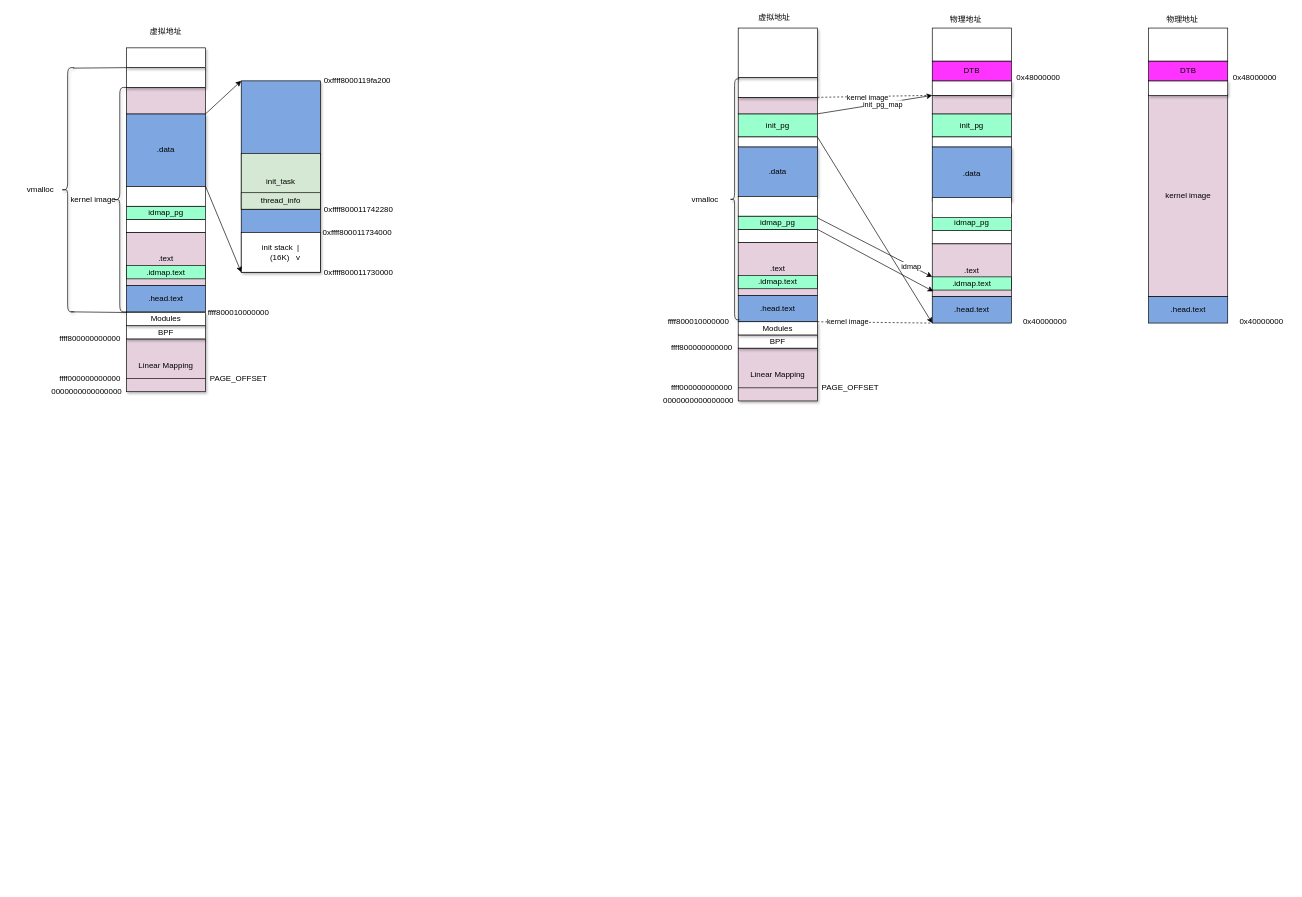
Above: kernel_start.drawio in jasonactions/graph (draw.io), before the change. Source tidied: cells renumbered, new cells numbered last; positions are measured from the earlier drawing's top-left corner, leaving out a move shared by most shapes. Both pictures are drawn from the tidied source at 66%, with x=0, y=0 at pixel (14, 11).
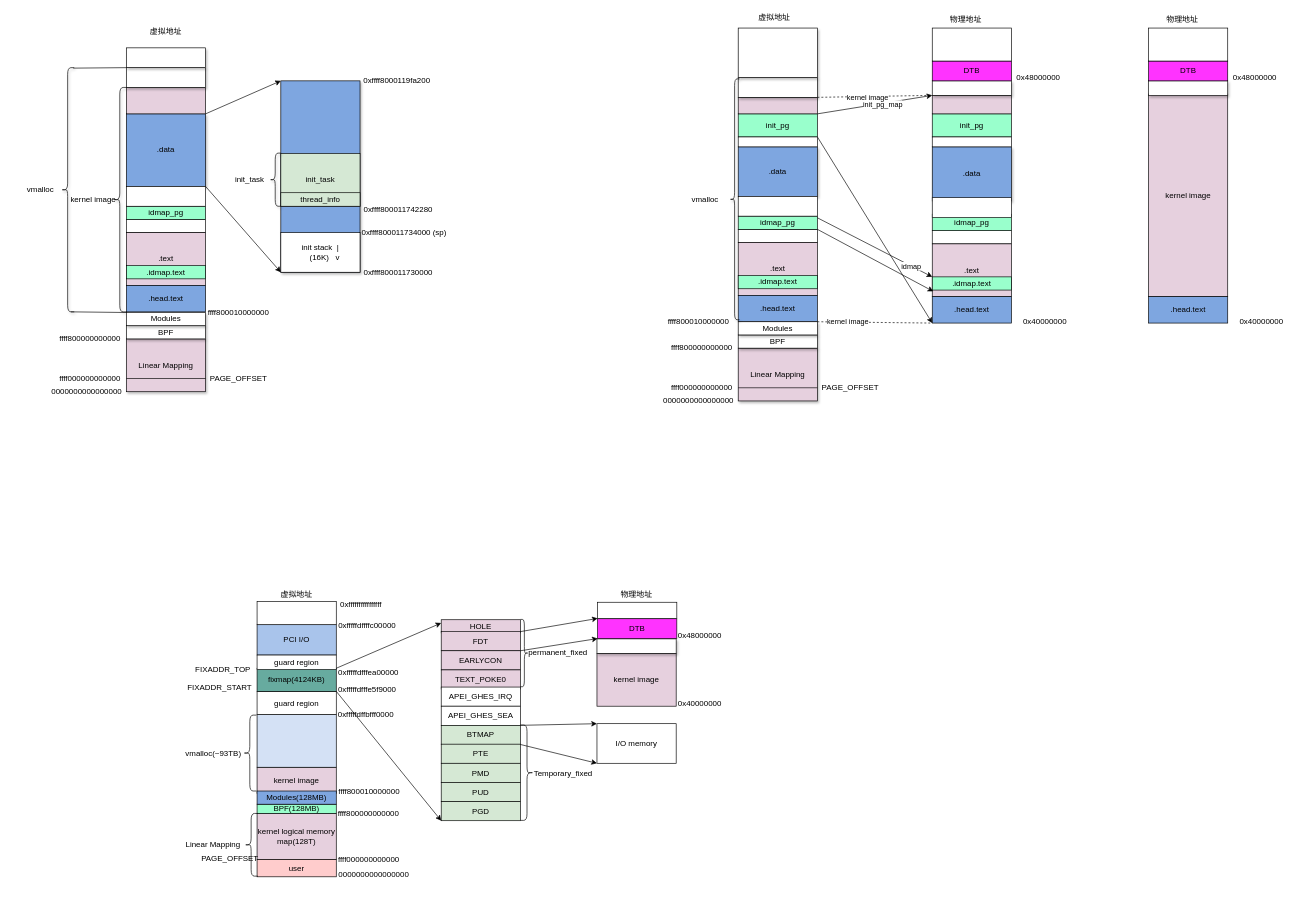
The same page after the edit.

The edit, as a diff of the source:
```diff
@@
     <mxCell id="69" style="rounded=0;whiteSpace=wrap;html=1;fillColor=#7EA6E0;shadow=1;" parent="1" vertex="1">
-      <mxGeometry x="344" y="105" width="120" height="290" as="geometry" />
+      <mxGeometry x="404" y="105" width="120" height="290" as="geometry" />
     </mxCell>
     <mxCell id="70" value="0xffff800011730000" style="text;html=1;strokeColor=none;fillColor=none;align=center;verticalAlign=middle;whiteSpace=wrap;rounded=0;" parent="1" vertex="1">
-      <mxGeometry x="467" y="385" width="110" height="20" as="geometry" />
+      <mxGeometry x="527" y="385" width="110" height="20" as="geometry" />
     </mxCell>
     <mxCell id="71" value="0xffff8000119fa200" style="text;html=1;strokeColor=none;fillColor=none;align=center;verticalAlign=middle;whiteSpace=wrap;rounded=0;" parent="1" vertex="1">
-      <mxGeometry x="467" y="95" width="106" height="20" as="geometry" />
+      <mxGeometry x="527" y="95" width="106" height="20" as="geometry" />
     </mxCell>
     <mxCell id="72" value="init_task" style="rounded=0;whiteSpace=wrap;html=1;fillColor=#D5E8D4;" parent="1" vertex="1">
-      <mxGeometry x="344" y="215" width="120" height="85" as="geometry" />
+      <mxGeometry x="404" y="215" width="120" height="80" as="geometry" />
     </mxCell>
     <mxCell id="73" value="0xffff800011742280" style="text;html=1;strokeColor=none;fillColor=none;align=center;verticalAlign=middle;whiteSpace=wrap;rounded=0;" parent="1" vertex="1">
-      <mxGeometry x="467" y="290" width="110" height="20" as="geometry" />
+      <mxGeometry x="527" y="290" width="110" height="20" as="geometry" />
     </mxCell>
     <mxCell id="74" value="init stack&amp;nbsp; |&lt;br&gt;&amp;nbsp; &amp;nbsp; (16K)&amp;nbsp; &amp;nbsp;v" style="rounded=0;whiteSpace=wrap;html=1;" parent="1" vertex="1">
-      <mxGeometry x="344" y="335" width="120" height="60" as="geometry" />
+      <mxGeometry x="404" y="335" width="120" height="60" as="geometry" />
     </mxCell>
-    <mxCell id="75" value="0xffff800011734000" style="text;html=1;strokeColor=none;fillColor=none;align=center;verticalAlign=middle;whiteSpace=wrap;rounded=0;" parent="1" vertex="1">
-      <mxGeometry x="465" y="325" width="110" height="20" as="geometry" />
+    <mxCell id="75" value="0xffff800011734000 (sp)" style="text;html=1;strokeColor=none;fillColor=none;align=center;verticalAlign=middle;whiteSpace=wrap;rounded=0;" parent="1" vertex="1">
+      <mxGeometry x="525" y="325" width="132" height="20" as="geometry" />
     </mxCell>
@@
     <mxCell id="97" value="thread_info" style="rounded=0;whiteSpace=wrap;html=1;fillColor=#D5E8D4;" parent="1" vertex="1">
-      <mxGeometry x="344" y="274.5" width="120" height="25" as="geometry" />
+      <mxGeometry x="404" y="274.5" width="120" height="20.5" as="geometry" />
     </mxCell>
+    <mxCell id="98" style="shape=curlyBracket;whiteSpace=wrap;html=1;rounded=1;shadow=1;strokeColor=#000000;fillColor=#D5E8D4;" parent="1" vertex="1">
+      <mxGeometry x="387" y="214.5" width="17" height="80.5" as="geometry" />
+    </mxCell>
+    <mxCell id="99" value="init_task" style="text;html=1;strokeColor=none;fillColor=none;align=center;verticalAlign=middle;whiteSpace=wrap;rounded=0;shadow=1;" parent="1" vertex="1">
+      <mxGeometry x="337" y="244.8" width="40" height="20" as="geometry" />
+    </mxCell>
+    <mxCell id="100" value="虚拟地址" style="text;html=1;strokeColor=none;fillColor=none;align=center;verticalAlign=middle;whiteSpace=wrap;rounded=0;" parent="1" vertex="1">
+      <mxGeometry x="393" y="874" width="70" height="20" as="geometry" />
+    </mxCell>
+    <mxCell id="101" value="kernel image" style="rounded=0;whiteSpace=wrap;html=1;fillColor=#E6D0DE;" parent="1" vertex="1">
+      <mxGeometry x="368" y="1145" width="120" height="40" as="geometry" />
+    </mxCell>
+    <mxCell id="102" style="rounded=0;whiteSpace=wrap;html=1;shadow=0;fillColor=#D4E1F5;" parent="1" vertex="1">
+      <mxGeometry x="368" y="1065" width="120" height="80" as="geometry" />
+    </mxCell>
+    <mxCell id="103" value="kernel logical memory map(128T)" style="rounded=0;whiteSpace=wrap;html=1;shadow=0;fillColor=#E6D0DE;" parent="1" vertex="1">
+      <mxGeometry x="368" y="1215" width="120" height="70" as="geometry" />
+    </mxCell>
+    <mxCell id="104" value="ffff800010000000" style="text;html=1;strokeColor=none;fillColor=none;align=center;verticalAlign=middle;whiteSpace=wrap;rounded=0;shadow=1;" parent="1" vertex="1">
+      <mxGeometry x="488" y="1172" width="100" height="20" as="geometry" />
+    </mxCell>
+    <mxCell id="105" style="shape=curlyBracket;whiteSpace=wrap;html=1;rounded=1;shadow=1;fillColor=#FFFFFF;size=0;" parent="1" vertex="1">
+      <mxGeometry x="48" y="840" height="120" as="geometry" />
+    </mxCell>
+    <mxCell id="106" value="0000000000000000" style="text;html=1;strokeColor=none;fillColor=none;align=center;verticalAlign=middle;whiteSpace=wrap;rounded=0;shadow=1;" parent="1" vertex="1">
+      <mxGeometry x="495" y="1298" width="100" height="20" as="geometry" />
+    </mxCell>
+    <mxCell id="107" value="ffff800000000000" style="text;html=1;strokeColor=none;fillColor=none;align=center;verticalAlign=middle;whiteSpace=wrap;rounded=0;shadow=1;" parent="1" vertex="1">
+      <mxGeometry x="487" y="1205" width="100" height="20" as="geometry" />
+    </mxCell>
+    <mxCell id="108" value="ffff000000000000" style="text;html=1;strokeColor=none;fillColor=none;align=center;verticalAlign=middle;whiteSpace=wrap;rounded=0;shadow=1;" parent="1" vertex="1">
+      <mxGeometry x="488" y="1275" width="99" height="20" as="geometry" />
+    </mxCell>
+    <mxCell id="109" value="BPF(128MB)" style="rounded=0;whiteSpace=wrap;html=1;shadow=0;fillColor=#99FFCC;" parent="1" vertex="1">
+      <mxGeometry x="368" y="1201" width="120" height="14" as="geometry" />
+    </mxCell>
+    <mxCell id="110" value="Modules(128MB)" style="rounded=0;whiteSpace=wrap;html=1;shadow=0;fillColor=#7EA6E0;" parent="1" vertex="1">
+      <mxGeometry x="368" y="1181" width="120" height="20" as="geometry" />
+    </mxCell>
+    <mxCell id="111" style="shape=curlyBracket;whiteSpace=wrap;html=1;rounded=1;shadow=0;fillColor=#FFFFFF;" parent="1" vertex="1">
+      <mxGeometry x="347" y="1066" width="20" height="115" as="geometry" />
+    </mxCell>
+    <mxCell id="112" value="guard region" style="rounded=0;whiteSpace=wrap;html=1;shadow=0;fillColor=#FFFFFF;" parent="1" vertex="1">
+      <mxGeometry x="368" y="1030" width="120" height="35" as="geometry" />
+    </mxCell>
+    <mxCell id="113" value="PAGE_OFFSET" style="text;html=1;strokeColor=none;fillColor=none;align=center;verticalAlign=middle;whiteSpace=wrap;rounded=0;shadow=1;" parent="1" vertex="1">
+      <mxGeometry x="277" y="1273" width="100" height="20" as="geometry" />
+    </mxCell>
+    <mxCell id="114" value="vmalloc(~93TB)" style="text;html=1;strokeColor=none;fillColor=none;align=center;verticalAlign=middle;whiteSpace=wrap;rounded=0;shadow=1;" parent="1" vertex="1">
+      <mxGeometry x="261.5" y="1113.5" width="80" height="20" as="geometry" />
+    </mxCell>
+    <mxCell id="115" value="0xfffffdffbfff0000" style="text;html=1;strokeColor=none;fillColor=none;align=center;verticalAlign=middle;whiteSpace=wrap;rounded=0;shadow=1;" parent="1" vertex="1">
+      <mxGeometry x="491" y="1055" width="84" height="20" as="geometry" />
+    </mxCell>
+    <mxCell id="116" value="fixmap(4124KB)" style="rounded=0;whiteSpace=wrap;html=1;shadow=0;strokeColor=#000000;fillColor=#67AB9F;" parent="1" vertex="1">
+      <mxGeometry x="368" y="995" width="120" height="35" as="geometry" />
+    </mxCell>
+    <mxCell id="117" value="&lt;div style=&quot;text-align: left ; line-height: 1.75&quot;&gt;&lt;font style=&quot;font-size: 12px&quot;&gt;0xfffffdfffe5f9000&lt;/font&gt;&lt;/div&gt;" style="text;html=1;strokeColor=none;fillColor=none;align=center;verticalAlign=middle;whiteSpace=wrap;rounded=0;shadow=0;" parent="1" vertex="1">
+      <mxGeometry x="484" y="1017" width="102" height="20" as="geometry" />
+    </mxCell>
+    <mxCell id="118" value="&lt;div style=&quot;text-align: left ; line-height: 1.75&quot;&gt;&lt;font style=&quot;font-size: 12px&quot;&gt;0xfffffdfffea00000&lt;/font&gt;&lt;/div&gt;" style="text;html=1;strokeColor=none;fillColor=none;align=center;verticalAlign=middle;whiteSpace=wrap;rounded=0;shadow=0;" parent="1" vertex="1">
+      <mxGeometry x="481" y="991" width="112" height="20" as="geometry" />
+    </mxCell>
+    <mxCell id="119" value="PCI I/O" style="rounded=0;whiteSpace=wrap;html=1;shadow=0;strokeColor=#000000;fillColor=#A9C4EB;" parent="1" vertex="1">
+      <mxGeometry x="368" y="929" width="120" height="46" as="geometry" />
+    </mxCell>
+    <mxCell id="120" value="&lt;div style=&quot;text-align: left ; line-height: 1.75&quot;&gt;&lt;font style=&quot;font-size: 12px&quot;&gt;FIXADDR_START&lt;/font&gt;&lt;/div&gt;" style="text;html=1;strokeColor=none;fillColor=none;align=center;verticalAlign=middle;whiteSpace=wrap;rounded=0;shadow=0;" parent="1" vertex="1">
+      <mxGeometry x="255" y="1015" width="113" height="20" as="geometry" />
+    </mxCell>
+    <mxCell id="121" value="&lt;div style=&quot;text-align: left ; line-height: 1.75&quot;&gt;&lt;font style=&quot;font-size: 12px&quot;&gt;FIXADDR_TOP&lt;/font&gt;&lt;/div&gt;" style="text;html=1;strokeColor=none;fillColor=none;align=center;verticalAlign=middle;whiteSpace=wrap;rounded=0;shadow=0;" parent="1" vertex="1">
+      <mxGeometry x="265" y="987" width="103" height="20" as="geometry" />
+    </mxCell>
+    <mxCell id="122" value="0xfffffdffffc00000" style="text;html=1;strokeColor=none;fillColor=none;align=center;verticalAlign=middle;whiteSpace=wrap;rounded=0;shadow=0;" parent="1" vertex="1">
+      <mxGeometry x="493" y="920" width="84" height="20" as="geometry" />
+    </mxCell>
+    <mxCell id="123" value="user" style="rounded=0;whiteSpace=wrap;html=1;shadow=0;strokeColor=#000000;fillColor=#FFCCCC;" parent="1" vertex="1">
+      <mxGeometry x="368" y="1285" width="120" height="26" as="geometry" />
+    </mxCell>
+    <mxCell id="124" style="shape=curlyBracket;whiteSpace=wrap;html=1;rounded=1;shadow=0;fillColor=#FFFFFF;" parent="1" vertex="1">
+      <mxGeometry x="349" y="1215" width="20" height="95" as="geometry" />
+    </mxCell>
+    <mxCell id="125" value="Linear Mapping" style="text;html=1;strokeColor=none;fillColor=none;align=center;verticalAlign=middle;whiteSpace=wrap;rounded=0;shadow=0;" parent="1" vertex="1">
+      <mxGeometry x="255" y="1253" width="93" height="20" as="geometry" />
+    </mxCell>
+    <mxCell id="126" value="guard region" style="rounded=0;whiteSpace=wrap;html=1;shadow=0;strokeColor=#000000;fillColor=#FFFFFF;" parent="1" vertex="1">
+      <mxGeometry x="368" y="975" width="120" height="22" as="geometry" />
+    </mxCell>
+    <mxCell id="127" style="rounded=0;whiteSpace=wrap;html=1;shadow=0;strokeColor=#000000;fillColor=#FFFFFF;" parent="1" vertex="1">
+      <mxGeometry x="368" y="894" width="120" height="35" as="geometry" />
+    </mxCell>
+    <mxCell id="128" value="0xffffffffffffffff" style="text;html=1;strokeColor=none;fillColor=none;align=center;verticalAlign=middle;whiteSpace=wrap;rounded=0;shadow=0;" parent="1" vertex="1">
+      <mxGeometry x="487" y="888" width="77" height="20" as="geometry" />
+    </mxCell>
+    <mxCell id="129" value="HOLE" style="rounded=0;whiteSpace=wrap;html=1;shadow=0;strokeColor=#000000;fillColor=#E6D0DE;" parent="1" vertex="1">
+      <mxGeometry x="647" y="921.5" width="120" height="20" as="geometry" />
+    </mxCell>
+    <mxCell id="130" value="FDT" style="rounded=0;whiteSpace=wrap;html=1;shadow=0;strokeColor=#000000;fillColor=#E6D0DE;" parent="1" vertex="1">
+      <mxGeometry x="647" y="939.5" width="120" height="29" as="geometry" />
+    </mxCell>
+    <mxCell id="131" value="EARLYCON" style="rounded=0;whiteSpace=wrap;html=1;shadow=0;strokeColor=#000000;fillColor=#E6D0DE;" parent="1" vertex="1">
+      <mxGeometry x="647" y="968.5" width="120" height="29" as="geometry" />
+    </mxCell>
+    <mxCell id="132" value="TEXT_POKE0" style="rounded=0;whiteSpace=wrap;html=1;shadow=0;strokeColor=#000000;fillColor=#E6D0DE;" parent="1" vertex="1">
+      <mxGeometry x="647" y="997.5" width="120" height="29" as="geometry" />
+    </mxCell>
+    <mxCell id="133" value="APEI_GHES_IRQ" style="rounded=0;whiteSpace=wrap;html=1;shadow=0;strokeColor=#000000;fillColor=#FFFFFF;" parent="1" vertex="1">
+      <mxGeometry x="647" y="1023.5" width="120" height="29" as="geometry" />
+    </mxCell>
+    <mxCell id="134" value="APEI_GHES_SEA" style="rounded=0;whiteSpace=wrap;html=1;shadow=0;strokeColor=#000000;fillColor=#FFFFFF;" parent="1" vertex="1">
+      <mxGeometry x="647" y="1052.5" width="120" height="29" as="geometry" />
+    </mxCell>
+    <mxCell id="135" value="BTMAP" style="rounded=0;whiteSpace=wrap;html=1;shadow=0;strokeColor=#000000;fillColor=#D5E8D4;" parent="1" vertex="1">
+      <mxGeometry x="647" y="1081.5" width="120" height="29" as="geometry" />
+    </mxCell>
+    <mxCell id="136" value="PTE" style="rounded=0;whiteSpace=wrap;html=1;shadow=0;strokeColor=#000000;fillColor=#D5E8D4;" parent="1" vertex="1">
+      <mxGeometry x="647" y="1110" width="120" height="29" as="geometry" />
+    </mxCell>
+    <mxCell id="137" style="shape=curlyBracket;whiteSpace=wrap;html=1;rounded=1;shadow=0;strokeColor=#000000;fillColor=#FFFFFF;rotation=-180;size=0.5;" parent="1" vertex="1">
+      <mxGeometry x="767" y="921" width="12" height="102" as="geometry" />
+    </mxCell>
+    <mxCell id="138" value="permanent_fixed" style="text;html=1;strokeColor=none;fillColor=none;align=center;verticalAlign=middle;whiteSpace=wrap;rounded=0;shadow=0;" parent="1" vertex="1">
+      <mxGeometry x="779" y="961" width="90" height="20" as="geometry" />
+    </mxCell>
+    <mxCell id="139" value="PMD" style="rounded=0;whiteSpace=wrap;html=1;shadow=0;strokeColor=#000000;fillColor=#D5E8D4;" parent="1" vertex="1">
+      <mxGeometry x="647" y="1139" width="120" height="29" as="geometry" />
+    </mxCell>
+    <mxCell id="140" value="PUD" style="rounded=0;whiteSpace=wrap;html=1;shadow=0;strokeColor=#000000;fillColor=#D5E8D4;" parent="1" vertex="1">
+      <mxGeometry x="647" y="1168" width="120" height="29" as="geometry" />
+    </mxCell>
+    <mxCell id="141" value="PGD" style="rounded=0;whiteSpace=wrap;html=1;shadow=0;strokeColor=#000000;fillColor=#D5E8D4;" parent="1" vertex="1">
+      <mxGeometry x="647" y="1197" width="120" height="29" as="geometry" />
+    </mxCell>
+    <mxCell id="142" style="shape=curlyBracket;whiteSpace=wrap;html=1;rounded=1;shadow=0;strokeColor=#000000;fillColor=#FFFFFF;rotation=-180;" parent="1" vertex="1">
+      <mxGeometry x="767" y="1081" width="20" height="144.5" as="geometry" />
+    </mxCell>
+    <mxCell id="143" value="Temporary_fixed" style="text;html=1;strokeColor=none;fillColor=none;align=center;verticalAlign=middle;whiteSpace=wrap;rounded=0;shadow=0;" parent="1" vertex="1">
+      <mxGeometry x="787" y="1143.5" width="90" height="20" as="geometry" />
+    </mxCell>
+    <mxCell id="144" style="endArrow=classic;html=1;fillColor=#FF3333;entryX=0;entryY=0.25;entryDx=0;entryDy=0;exitX=1;exitY=0;exitDx=0;exitDy=0;" parent="1" edge="1" source="116" target="129">
+      <mxGeometry relative="1" as="geometry" />
+    </mxCell>
+    <mxCell id="145" style="endArrow=classic;html=1;fillColor=#FF3333;entryX=0;entryY=1;entryDx=0;entryDy=0;exitX=1;exitY=0;exitDx=0;exitDy=0;" parent="1" edge="1" source="112" target="141">
+      <mxGeometry relative="1" as="geometry" />
+    </mxCell>
+    <mxCell id="146" value="物理地址" style="text;html=1;strokeColor=none;fillColor=none;align=center;verticalAlign=middle;whiteSpace=wrap;rounded=0;" parent="1" vertex="1">
+      <mxGeometry x="908" y="874" width="70" height="20" as="geometry" />
+    </mxCell>
+    <mxCell id="147" value="kernel image" style="rounded=0;whiteSpace=wrap;html=1;fillColor=#E6D0DE;" parent="1" vertex="1">
+      <mxGeometry x="883" y="972.5" width="120" height="80" as="geometry" />
+    </mxCell>
+    <mxCell id="148" style="rounded=0;whiteSpace=wrap;html=1;shadow=1;fillColor=#FFFFFF;" parent="1" vertex="1">
+      <mxGeometry x="883" y="950.5" width="120" height="22" as="geometry" />
+    </mxCell>
+    <mxCell id="149" value="0x40000000" style="text;html=1;strokeColor=none;fillColor=none;align=center;verticalAlign=middle;whiteSpace=wrap;rounded=0;" parent="1" vertex="1">
+      <mxGeometry x="994" y="1038" width="90" height="20" as="geometry" />
+    </mxCell>
+    <mxCell id="150" value="0x48000000" style="text;html=1;strokeColor=none;fillColor=none;align=center;verticalAlign=middle;whiteSpace=wrap;rounded=0;" parent="1" vertex="1">
+      <mxGeometry x="1004" y="936" width="70" height="20" as="geometry" />
+    </mxCell>
+    <mxCell id="151" value="DTB" style="rounded=0;whiteSpace=wrap;html=1;fillColor=#FF33FF;" parent="1" vertex="1">
+      <mxGeometry x="884" y="920" width="120" height="30" as="geometry" />
+    </mxCell>
+    <mxCell id="152" style="rounded=0;whiteSpace=wrap;html=1;fillColor=#FFFFFF;" parent="1" vertex="1">
+      <mxGeometry x="884" y="895" width="120" height="24.5" as="geometry" />
+    </mxCell>
+    <mxCell id="153" value="I/O memory" style="rounded=0;whiteSpace=wrap;html=1;shadow=0;strokeColor=#000000;fillColor=#FFFFFF;" parent="1" vertex="1">
+      <mxGeometry x="883" y="1079" width="120" height="60" as="geometry" />
+    </mxCell>
+    <mxCell id="154" style="endArrow=classic;html=1;fillColor=#FF3333;exitX=1;exitY=0;exitDx=0;exitDy=0;entryX=0;entryY=1;entryDx=0;entryDy=0;" parent="1" edge="1" source="130" target="152">
+      <mxGeometry relative="1" as="geometry" />
+    </mxCell>
+    <mxCell id="155" style="endArrow=classic;html=1;fillColor=#FF3333;exitX=1;exitY=0;exitDx=0;exitDy=0;entryX=0;entryY=1;entryDx=0;entryDy=0;" parent="1" edge="1" source="131" target="151">
+      <mxGeometry relative="1" as="geometry" />
+    </mxCell>
+    <mxCell id="156" style="endArrow=classic;html=1;fillColor=#FF3333;exitX=1;exitY=0;exitDx=0;exitDy=0;entryX=0;entryY=0;entryDx=0;entryDy=0;" parent="1" edge="1" source="135" target="153">
+      <mxGeometry relative="1" as="geometry" />
+    </mxCell>
+    <mxCell id="157" style="endArrow=classic;html=1;fillColor=#FF3333;exitX=1;exitY=1;exitDx=0;exitDy=0;entryX=0;entryY=1;entryDx=0;entryDy=0;" parent="1" edge="1" source="135" target="153">
+      <mxGeometry relative="1" as="geometry" />
+    </mxCell>
```
